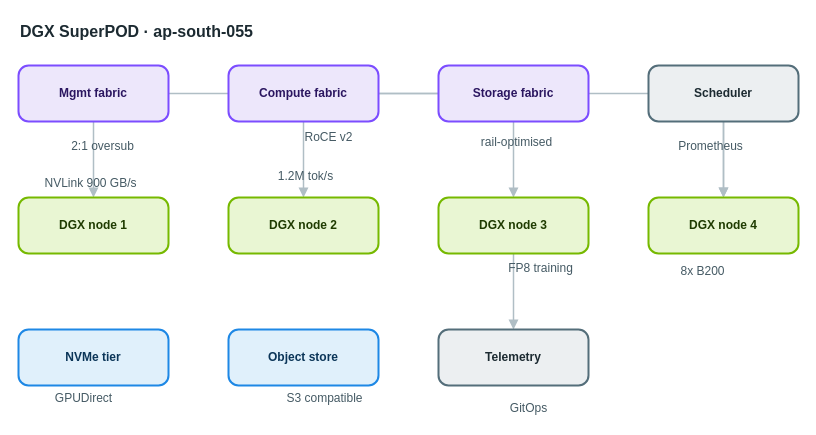
AryanG01/open-apprentice keeps this draw.io diagram as apps/web/public/samples/library/055-dgx-superpod.drawio. Above is the earlier version. Source tidied: cells renumbered, new cells numbered last; positions are measured from the earlier drawing's top-left corner, leaving out a move shared by most shapes. Both pictures are drawn from the tidied source at 100%, with x=0, y=0 at pixel (18, 17).
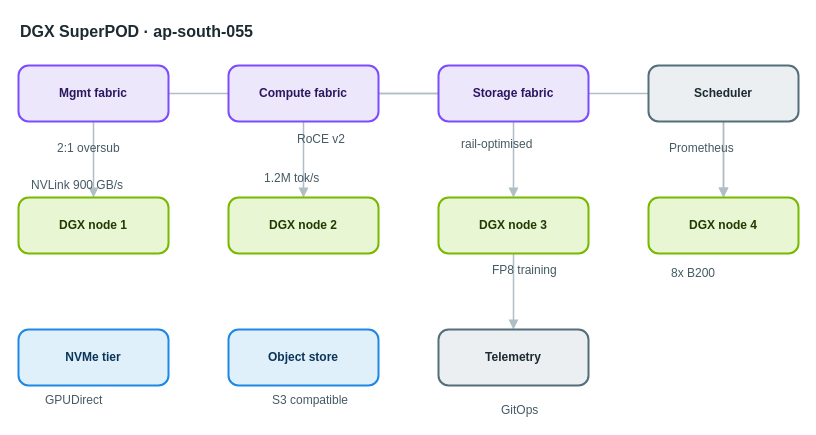
The same page after the edit.

Diff of the diagram source:
```diff
@@
-    <mxCell id="20" value="2:1 oversub" style="text;html=1;align=center;verticalAlign=middle;whiteSpace=nowrap;strokeColor=none;fillColor=none;fontSize=12;fontColor=#455a64;" parent="1" vertex="1">
+    <mxCell id="20" value="2:1 oversub" style="text;html=1;align=left;verticalAlign=top;whiteSpace=nowrap;spacing=0;spacingTop=0;strokeColor=none;fillColor=none;fontSize=12;fontColor=#455a64;" parent="1" vertex="1">
       <mxGeometry x="39" y="119" width="89" height="20" as="geometry" />
     </mxCell>
-    <mxCell id="21" value="RoCE v2" style="text;html=1;align=center;verticalAlign=middle;whiteSpace=nowrap;strokeColor=none;fillColor=none;fontSize=12;fontColor=#455a64;" parent="1" vertex="1">
+    <mxCell id="21" value="RoCE v2" style="text;html=1;align=left;verticalAlign=top;whiteSpace=nowrap;spacing=0;spacingTop=0;strokeColor=none;fillColor=none;fontSize=12;fontColor=#455a64;" parent="1" vertex="1">
       <mxGeometry x="279" y="110" width="61" height="20" as="geometry" />
     </mxCell>
-    <mxCell id="22" value="rail-optimised" style="text;html=1;align=center;verticalAlign=middle;whiteSpace=nowrap;strokeColor=none;fillColor=none;fontSize=12;fontColor=#455a64;" parent="1" vertex="1">
+    <mxCell id="22" value="rail-optimised" style="text;html=1;align=left;verticalAlign=top;whiteSpace=nowrap;spacing=0;spacingTop=0;strokeColor=none;fillColor=none;fontSize=12;fontColor=#455a64;" parent="1" vertex="1">
       <mxGeometry x="443" y="115" width="110" height="20" as="geometry" />
     </mxCell>
-    <mxCell id="23" value="NVLink 900 GB/s" style="text;html=1;align=center;verticalAlign=middle;whiteSpace=nowrap;strokeColor=none;fillColor=none;fontSize=12;fontColor=#455a64;" parent="1" vertex="1">
+    <mxCell id="23" value="NVLink 900 GB/s" style="text;html=1;align=left;verticalAlign=top;whiteSpace=nowrap;spacing=0;spacingTop=0;strokeColor=none;fillColor=none;fontSize=12;fontColor=#455a64;" parent="1" vertex="1">
       <mxGeometry x="13" y="156" width="117" height="20" as="geometry" />
     </mxCell>
-    <mxCell id="24" value="1.2M tok/s" style="text;html=1;align=center;verticalAlign=middle;whiteSpace=nowrap;strokeColor=none;fillColor=none;fontSize=12;fontColor=#455a64;" parent="1" vertex="1">
+    <mxCell id="24" value="1.2M tok/s" style="text;html=1;align=left;verticalAlign=top;whiteSpace=nowrap;spacing=0;spacingTop=0;strokeColor=none;fillColor=none;fontSize=12;fontColor=#455a64;" parent="1" vertex="1">
       <mxGeometry x="246" y="149" width="82" height="20" as="geometry" />
     </mxCell>
-    <mxCell id="25" value="FP8 training" style="text;html=1;align=center;verticalAlign=middle;whiteSpace=nowrap;strokeColor=none;fillColor=none;fontSize=12;fontColor=#455a64;" parent="1" vertex="1">
+    <mxCell id="25" value="FP8 training" style="text;html=1;align=left;verticalAlign=top;whiteSpace=nowrap;spacing=0;spacingTop=0;strokeColor=none;fillColor=none;fontSize=12;fontColor=#455a64;" parent="1" vertex="1">
       <mxGeometry x="474" y="241" width="96" height="20" as="geometry" />
     </mxCell>
-    <mxCell id="26" value="8x B200" style="text;html=1;align=center;verticalAlign=middle;whiteSpace=nowrap;strokeColor=none;fillColor=none;fontSize=12;fontColor=#455a64;" parent="1" vertex="1">
+    <mxCell id="26" value="8x B200" style="text;html=1;align=left;verticalAlign=top;whiteSpace=nowrap;spacing=0;spacingTop=0;strokeColor=none;fillColor=none;fontSize=12;fontColor=#455a64;" parent="1" vertex="1">
       <mxGeometry x="653" y="244" width="61" height="20" as="geometry" />
     </mxCell>
-    <mxCell id="27" value="GPUDirect" style="text;html=1;align=center;verticalAlign=middle;whiteSpace=nowrap;strokeColor=none;fillColor=none;fontSize=12;fontColor=#455a64;" parent="1" vertex="1">
+    <mxCell id="27" value="GPUDirect" style="text;html=1;align=left;verticalAlign=top;whiteSpace=nowrap;spacing=0;spacingTop=0;strokeColor=none;fillColor=none;fontSize=12;fontColor=#455a64;" parent="1" vertex="1">
       <mxGeometry x="27" y="371" width="75" height="20" as="geometry" />
     </mxCell>
-    <mxCell id="28" value="S3 compatible" style="text;html=1;align=center;verticalAlign=middle;whiteSpace=nowrap;strokeColor=none;fillColor=none;fontSize=12;fontColor=#455a64;" parent="1" vertex="1">
+    <mxCell id="28" value="S3 compatible" style="text;html=1;align=left;verticalAlign=top;whiteSpace=nowrap;spacing=0;spacingTop=0;strokeColor=none;fillColor=none;fontSize=12;fontColor=#455a64;" parent="1" vertex="1">
       <mxGeometry x="254" y="371" width="103" height="20" as="geometry" />
     </mxCell>
-    <mxCell id="29" value="Prometheus" style="text;html=1;align=center;verticalAlign=middle;whiteSpace=nowrap;strokeColor=none;fillColor=none;fontSize=12;fontColor=#455a64;" parent="1" vertex="1">
+    <mxCell id="29" value="Prometheus" style="text;html=1;align=left;verticalAlign=top;whiteSpace=nowrap;spacing=0;spacingTop=0;strokeColor=none;fillColor=none;fontSize=12;fontColor=#455a64;" parent="1" vertex="1">
       <mxGeometry x="651" y="119" width="82" height="20" as="geometry" />
     </mxCell>
-    <mxCell id="30" value="GitOps" style="text;html=1;align=center;verticalAlign=middle;whiteSpace=nowrap;strokeColor=none;fillColor=none;fontSize=12;fontColor=#455a64;" parent="1" vertex="1">
+    <mxCell id="30" value="GitOps" style="text;html=1;align=left;verticalAlign=top;whiteSpace=nowrap;spacing=0;spacingTop=0;strokeColor=none;fillColor=none;fontSize=12;fontColor=#455a64;" parent="1" vertex="1">
       <mxGeometry x="483" y="381" width="54" height="20" as="geometry" />
     </mxCell>
```
